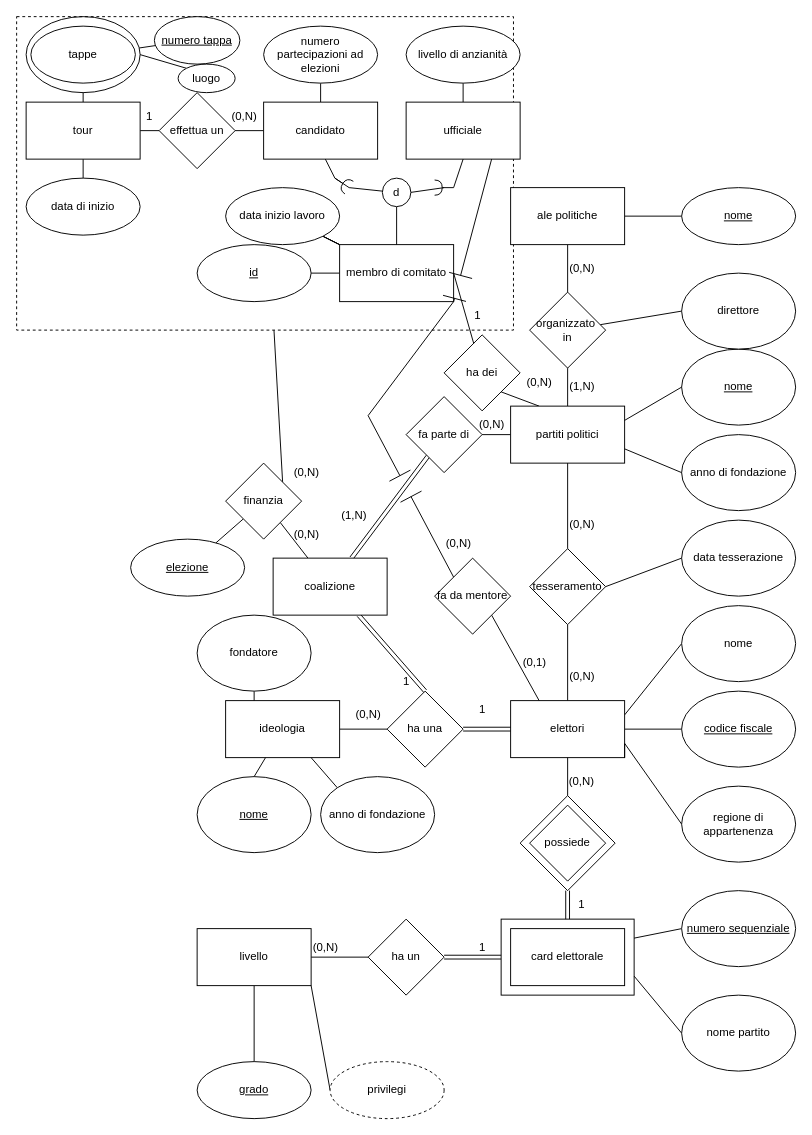
Marco1743/database keeps this draw.io diagram as Diagramma senza titolo.drawio. Above is the earlier version. Source tidied: cells renumbered, new cells numbered last; positions are measured from the earlier drawing's top-left corner, leaving out a move shared by most shapes. Both pictures are drawn from the tidied source at 95%, with x=0, y=0 at pixel (16, 16).
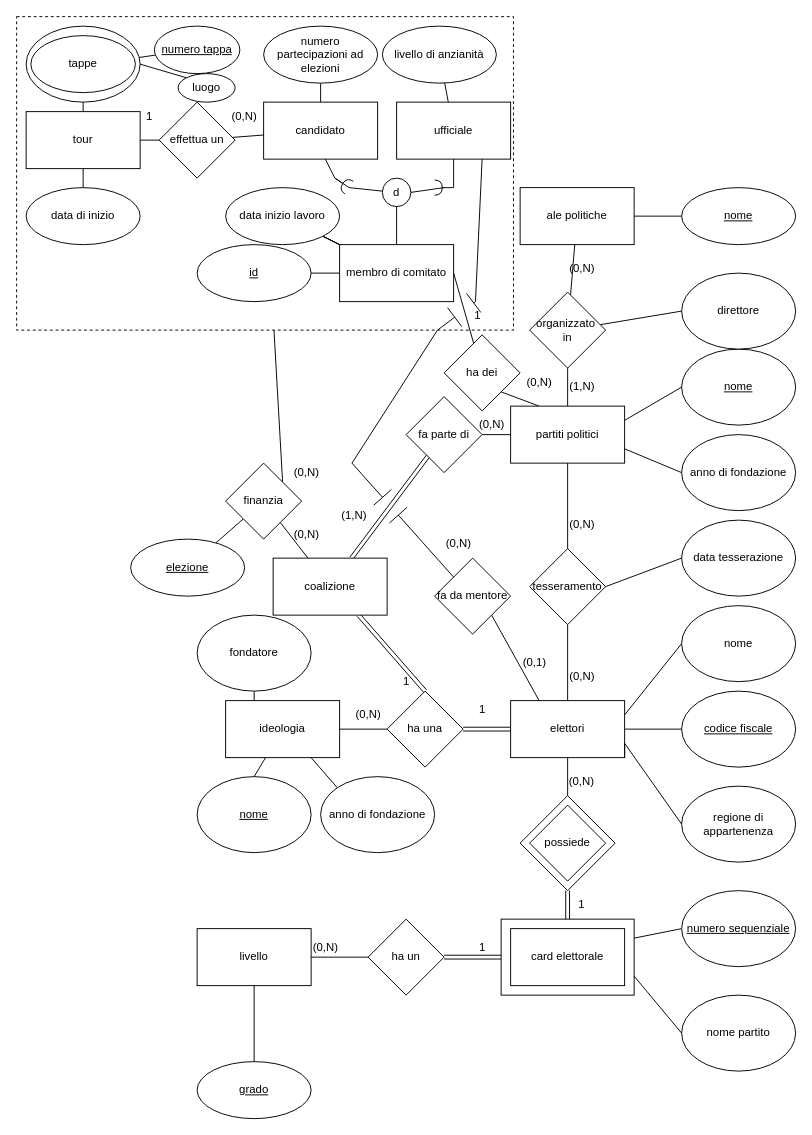
Above is the later version.

The change refers to these unchanged cells:
```xml
<mxCell id="41" value="livello" style="rounded=0;whiteSpace=wrap;html=1;" parent="1" vertex="1">
  <mxGeometry x="190" y="960" width="120" height="60" as="geometry" />
</mxCell>
<mxCell id="107" value="fa da mentore" style="rhombus;whiteSpace=wrap;html=1;fillColor=default;" parent="1" vertex="1">
  <mxGeometry x="440" y="570" width="80" height="80" as="geometry" />
</mxCell>
```

Diff of the diagram source:
```diff
@@
-    <mxCell id="44" style="rounded=0;jettySize=auto;html=1;exitX=0;exitY=0.5;exitDx=0;exitDy=0;entryX=1;entryY=1;entryDx=0;entryDy=0;endArrow=none;endFill=0;" parent="1" edge="1" source="45" target="41">
-      <mxGeometry relative="1" as="geometry" />
-    </mxCell>
-    <mxCell id="45" value="privilegi" style="ellipse;whiteSpace=wrap;html=1;fillColor=default;dashed=1;" parent="1" vertex="1">
-      <mxGeometry x="330" y="1100" width="120" height="60" as="geometry" />
-    </mxCell>
@@
     <mxCell id="70" value="ale politiche" style="whiteSpace=wrap;html=1;rounded=0;" parent="1" vertex="1">
-      <mxGeometry x="520" y="180" width="120" height="60" as="geometry" />
+      <mxGeometry x="530" y="180" width="120" height="60" as="geometry" />
     </mxCell>
@@
     <mxCell id="91" value="ufficiale" style="rounded=0;whiteSpace=wrap;html=1;fillColor=default;" parent="1" vertex="1">
-      <mxGeometry x="410" y="90" width="120" height="60" as="geometry" />
+      <mxGeometry x="400" y="90" width="120" height="60" as="geometry" />
     </mxCell>
@@
     <mxCell id="101" value="livello di anzianità" style="ellipse;whiteSpace=wrap;html=1;rounded=0;" parent="1" vertex="1">
-      <mxGeometry x="410" y="10" width="120" height="60" as="geometry" />
+      <mxGeometry x="385" y="10" width="120" height="60" as="geometry" />
     </mxCell>
@@
     <mxCell id="105" style="edgeStyle=none;rounded=0;jumpStyle=line;jumpSize=25;jettySize=auto;html=1;exitX=0.75;exitY=1;exitDx=0;exitDy=0;endArrow=none;endFill=0;entryX=0;entryY=0;entryDx=0;entryDy=0;" parent="1" edge="1" source="91" target="107">
       <mxGeometry relative="1" as="geometry">
         <Array as="points">
-          <mxPoint x="460" y="300" />
-          <mxPoint x="370" y="420" />
+          <mxPoint x="483" y="300" />
+          <mxPoint x="443" y="330" />
+          <mxPoint x="353" y="470" />
         </Array>
       </mxGeometry>
     </mxCell>
@@
     <mxCell id="111" value="effettua un" style="rhombus;whiteSpace=wrap;html=1;rounded=0;" parent="1" vertex="1">
-      <mxGeometry x="150" y="80" width="80" height="80" as="geometry" />
+      <mxGeometry x="150" y="90" width="80" height="80" as="geometry" />
     </mxCell>
@@
     <mxCell id="114" value="tour" style="whiteSpace=wrap;html=1;rounded=0;" parent="1" vertex="1">
-      <mxGeometry x="10" y="90" width="120" height="60" as="geometry" />
+      <mxGeometry x="10" y="100" width="120" height="60" as="geometry" />
     </mxCell>
     <mxCell id="115" value="data di inizio" style="ellipse;whiteSpace=wrap;html=1;rounded=0;" parent="1" vertex="1">
-      <mxGeometry x="10" y="170" width="120" height="60" as="geometry" />
+      <mxGeometry x="10" y="180" width="120" height="60" as="geometry" />
     </mxCell>
@@
     <mxCell id="120" style="ellipse;whiteSpace=wrap;html=1;fillColor=none;" parent="1" vertex="1">
-      <mxGeometry x="10" width="120" height="80" as="geometry" />
+      <mxGeometry x="10" y="10" width="120" height="80" as="geometry" />
     </mxCell>
     <mxCell id="121" value="tappe" style="ellipse;whiteSpace=wrap;html=1;rounded=0;" parent="1" vertex="1">
-      <mxGeometry x="15" y="10" width="110" height="60" as="geometry" />
+      <mxGeometry x="15" y="20" width="110" height="60" as="geometry" />
     </mxCell>
     <mxCell id="122" value="&lt;u&gt;numero tappa&lt;/u&gt;" style="ellipse;whiteSpace=wrap;html=1;fillColor=default;" parent="1" vertex="1">
-      <mxGeometry x="145" width="90" height="50" as="geometry" />
+      <mxGeometry x="145" y="10" width="90" height="50" as="geometry" />
     </mxCell>
     <mxCell id="123" value="luogo" style="ellipse;whiteSpace=wrap;html=1;fillColor=default;" parent="1" vertex="1">
-      <mxGeometry x="170" y="50" width="60" height="30" as="geometry" />
+      <mxGeometry x="170" y="60" width="60" height="30" as="geometry" />
     </mxCell>
```
